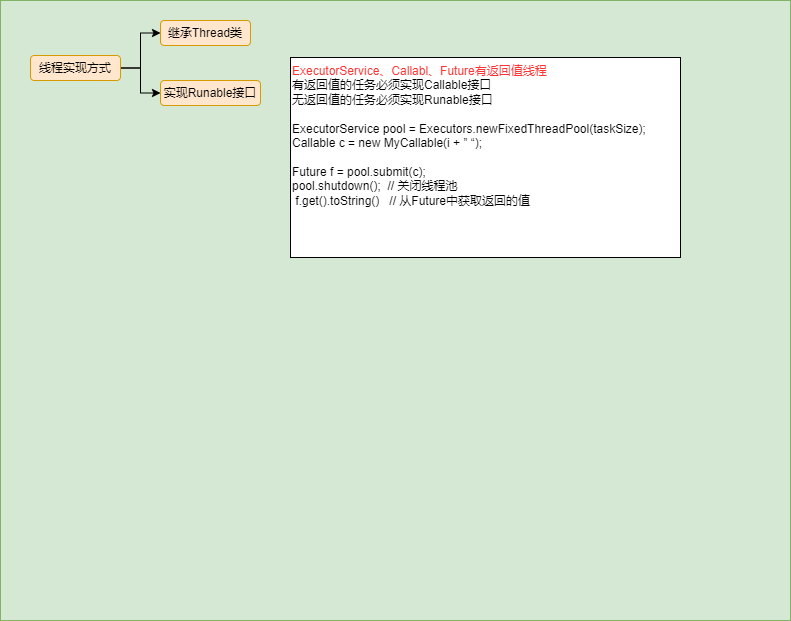
Earlier version of the draw.io export java/JUC并发编程.png (lore-study/java-picture-bed). Source tidied: cells renumbered, new cells last; positions are measured from the earlier drawing's top-left corner, leaving out a move shared by most shapes.
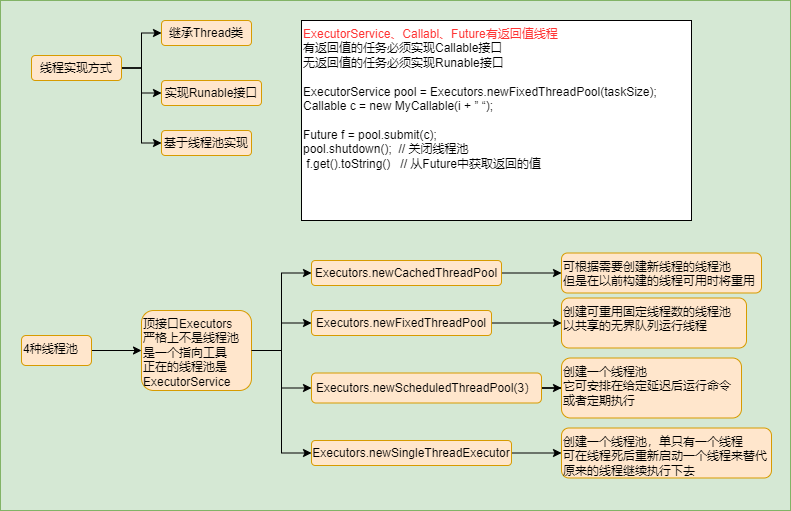
After the commit.

Commit message:
更新JUC并发编程.png

The edit, as a diff of the source:
```diff
@@ -2,8 +2,8 @@
   <root>
     <mxCell id="0" />
     <mxCell id="1" parent="0" />
-    <mxCell id="2" style="rounded=0;whiteSpace=wrap;html=1;fillColor=#d5e8d4;strokeColor=#82b366;" parent="1" vertex="1">
-      <mxGeometry width="790" height="620" as="geometry" />
+    <mxCell id="2" style="rounded=0;whiteSpace=wrap;html=1;fillColor=#d5e8d4;strokeColor=#82b366;align=left;verticalAlign=top;" parent="1" vertex="1">
+      <mxGeometry x="-1" width="790" height="510" as="geometry" />
     </mxCell>
     <mxCell id="3" style="edgeStyle=orthogonalEdgeStyle;rounded=0;jettySize=auto;html=1;entryX=0;entryY=0.5;entryDx=0;entryDy=0;" parent="1" edge="1" source="5" target="6">
       <mxGeometry relative="1" as="geometry" />
@@ -11,6 +11,9 @@
     <mxCell id="4" style="edgeStyle=orthogonalEdgeStyle;rounded=0;jettySize=auto;html=1;entryX=0;entryY=0.5;entryDx=0;entryDy=0;" parent="1" edge="1" source="5" target="7">
       <mxGeometry relative="1" as="geometry" />
     </mxCell>
+    <mxCell id="9" style="edgeStyle=orthogonalEdgeStyle;rounded=0;jettySize=auto;html=1;fontColor=#FF3333;entryX=0;entryY=0.5;entryDx=0;entryDy=0;" parent="1" edge="1" source="5" target="10">
+      <mxGeometry relative="1" as="geometry" />
+    </mxCell>
     <mxCell id="5" value="线程实现方式" style="rounded=1;whiteSpace=wrap;html=1;fillColor=#ffe6cc;strokeColor=#d79b00;" parent="1" vertex="1">
       <mxGeometry x="30" y="55" width="90" height="25" as="geometry" />
     </mxCell>
@@ -21,7 +24,67 @@
       <mxGeometry x="160" y="80" width="100" height="25" as="geometry" />
     </mxCell>
     <mxCell id="8" value="&lt;font color=&quot;#ff3333&quot;&gt;ExecutorService、Callabl、Future有返回值线程&lt;/font&gt;&lt;br&gt;有返回值的任务必须实现Callable接口&lt;br&gt;无返回值的任务必须实现Runable接口&lt;br&gt;&lt;br&gt;ExecutorService pool = Executors.newFixedThreadPool(taskSize);&lt;br&gt;Callable c = new&amp;nbsp;MyCallable(i + ” “);&lt;br&gt;&lt;br&gt;Future f = pool.submit(c);&lt;br&gt;pool.shutdown();&amp;nbsp; // 关闭线程池&lt;br&gt;&amp;nbsp;f.get().toString()&amp;nbsp; &amp;nbsp;// 从Future中获取返回的值" style="rounded=0;whiteSpace=wrap;html=1;align=left;verticalAlign=top;" parent="1" vertex="1">
-      <mxGeometry x="290" y="57" width="390" height="200" as="geometry" />
+      <mxGeometry x="300" y="20" width="390" height="200" as="geometry" />
     </mxCell>
+    <mxCell id="10" value="基于线程池实现" style="rounded=1;whiteSpace=wrap;html=1;fillColor=#ffe6cc;strokeColor=#d79b00;" parent="1" vertex="1">
+      <mxGeometry x="160" y="130" width="90" height="25" as="geometry" />
+    </mxCell>
+    <mxCell id="11" style="edgeStyle=orthogonalEdgeStyle;rounded=0;jettySize=auto;html=1;fontColor=#FF3333;entryX=0;entryY=0.5;entryDx=0;entryDy=0;" parent="1" edge="1" source="14" target="16">
+      <mxGeometry relative="1" as="geometry" />
+    </mxCell>
+    <mxCell id="12" style="edgeStyle=orthogonalEdgeStyle;rounded=0;jettySize=auto;html=1;fontColor=#FF3333;entryX=0;entryY=0.5;entryDx=0;entryDy=0;" parent="1" edge="1" source="14" target="23">
+      <mxGeometry relative="1" as="geometry" />
+    </mxCell>
+    <mxCell id="13" style="edgeStyle=orthogonalEdgeStyle;rounded=0;jettySize=auto;html=1;fontColor=#FF3333;entryX=0;entryY=0.5;entryDx=0;entryDy=0;" parent="1" edge="1" source="14" target="26">
+      <mxGeometry relative="1" as="geometry" />
+    </mxCell>
+    <mxCell id="14" value="顶接口Executors&lt;br&gt;&lt;span style=&quot;&quot;&gt;严格上不是线程池&lt;/span&gt;&lt;br style=&quot;&quot;&gt;&lt;span style=&quot;&quot;&gt;是一个指向工具&lt;/span&gt;&lt;br style=&quot;&quot;&gt;&lt;span style=&quot;&quot;&gt;正在的线程池是ExecutorService&lt;/span&gt;" style="rounded=1;whiteSpace=wrap;html=1;fillColor=#ffe6cc;strokeColor=#d79b00;align=left;verticalAlign=top;" parent="1" vertex="1">
+      <mxGeometry x="140" y="310" width="110" height="80" as="geometry" />
+    </mxCell>
+    <mxCell id="15" style="edgeStyle=orthogonalEdgeStyle;rounded=0;jettySize=auto;html=1;fontColor=#FF3333;entryX=0;entryY=0.5;entryDx=0;entryDy=0;" parent="1" edge="1" source="16" target="20">
+      <mxGeometry relative="1" as="geometry" />
+    </mxCell>
+    <mxCell id="16" value="Executors.newCachedThreadPool" style="rounded=1;whiteSpace=wrap;html=1;fillColor=#ffe6cc;strokeColor=#d79b00;" parent="1" vertex="1">
+      <mxGeometry x="310" y="260" width="190" height="25" as="geometry" />
+    </mxCell>
+    <mxCell id="17" style="edgeStyle=orthogonalEdgeStyle;rounded=0;jettySize=auto;html=1;fontColor=#FF3333;" parent="1" edge="1" source="18" target="21">
+      <mxGeometry relative="1" as="geometry" />
+    </mxCell>
+    <mxCell id="18" value="Executors.newFixedThreadPool" style="rounded=1;whiteSpace=wrap;html=1;fillColor=#ffe6cc;strokeColor=#d79b00;" parent="1" vertex="1">
+      <mxGeometry x="310" y="310" width="180" height="25" as="geometry" />
+    </mxCell>
+    <mxCell id="19" style="edgeStyle=orthogonalEdgeStyle;rounded=0;jettySize=auto;html=1;fontColor=#FF3333;entryX=0;entryY=0.5;entryDx=0;entryDy=0;exitX=1;exitY=0.5;exitDx=0;exitDy=0;" parent="1" edge="1" source="14" target="18">
+      <mxGeometry relative="1" as="geometry" />
+    </mxCell>
+    <mxCell id="20" value="可根据需要创建新线程的线程池&lt;br&gt;但是在以前构建的线程可用时将重用" style="rounded=1;whiteSpace=wrap;html=1;fillColor=#ffe6cc;strokeColor=#d79b00;align=left;verticalAlign=top;" parent="1" vertex="1">
+      <mxGeometry x="560" y="252.5" width="200" height="40" as="geometry" />
+    </mxCell>
+    <mxCell id="21" value="创建可重用固定线程数的线程池&lt;br&gt;以共享的无界队列运行线程" style="rounded=1;whiteSpace=wrap;html=1;fillColor=#ffe6cc;strokeColor=#d79b00;align=left;verticalAlign=top;" parent="1" vertex="1">
+      <mxGeometry x="560" y="297.5" width="185" height="50" as="geometry" />
+    </mxCell>
+    <mxCell id="22" style="edgeStyle=orthogonalEdgeStyle;rounded=0;jettySize=auto;html=1;fontColor=#FF3333;entryX=0;entryY=0.5;entryDx=0;entryDy=0;" parent="1" edge="1" source="23" target="24">
+      <mxGeometry relative="1" as="geometry" />
+    </mxCell>
+    <mxCell id="23" value="Executors.newScheduledThreadPool(3）" style="rounded=1;whiteSpace=wrap;html=1;fillColor=#ffe6cc;strokeColor=#d79b00;" parent="1" vertex="1">
+      <mxGeometry x="310" y="372.5" width="230" height="30" as="geometry" />
+    </mxCell>
+    <mxCell id="24" value="创建一个线程池&lt;br&gt;它可安排在给定延迟后运行命令&lt;br&gt;或者定期执行" style="rounded=1;whiteSpace=wrap;html=1;fillColor=#ffe6cc;strokeColor=#d79b00;align=left;verticalAlign=top;" parent="1" vertex="1">
+      <mxGeometry x="560" y="357.5" width="180" height="60" as="geometry" />
+    </mxCell>
+    <mxCell id="25" style="edgeStyle=orthogonalEdgeStyle;rounded=0;jettySize=auto;html=1;fontColor=#FF3333;" parent="1" edge="1" source="26" target="27">
+      <mxGeometry relative="1" as="geometry" />
+    </mxCell>
+    <mxCell id="26" value="Executors.newSingleThreadExecutor" style="rounded=1;whiteSpace=wrap;html=1;fillColor=#ffe6cc;strokeColor=#d79b00;" parent="1" vertex="1">
+      <mxGeometry x="310" y="440" width="200" height="25" as="geometry" />
+    </mxCell>
+    <mxCell id="27" value="创建一个线程池，单只有一个线程&lt;br&gt;可在线程死后重新启动一个线程来替代原来的线程继续执行下去" style="rounded=1;whiteSpace=wrap;html=1;fillColor=#ffe6cc;strokeColor=#d79b00;align=left;verticalAlign=top;" parent="1" vertex="1">
+      <mxGeometry x="560" y="427.5" width="210" height="50" as="geometry" />
+    </mxCell>
+    <mxCell id="28" style="edgeStyle=orthogonalEdgeStyle;rounded=0;jettySize=auto;html=1;fontColor=#FF3333;" parent="1" edge="1" source="29" target="14">
+      <mxGeometry relative="1" as="geometry" />
+    </mxCell>
+    <mxCell id="29" value="4种线程池" style="rounded=1;whiteSpace=wrap;html=1;fillColor=#ffe6cc;strokeColor=#d79b00;align=left;verticalAlign=top;" parent="1" vertex="1">
+      <mxGeometry x="20" y="335" width="70" height="30" as="geometry" />
+    </mxCell>
   </root>
 </mxGraphModel>
```
